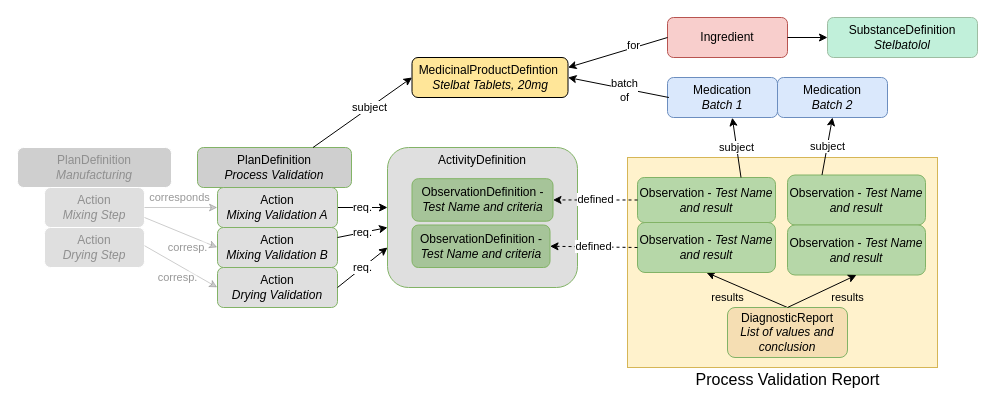
Earlier version of the draw.io diagram input/images-source/process_validation_FHIR_resources [2023-07-28 Rik].drawio (HL7/uv-dx-pq). Source tidied: cells renumbered, new cells numbered last; positions are measured from the earlier drawing's top-left corner, leaving out a move shared by most shapes. Both pictures are drawn from the tidied source at 100%, with x=0, y=0 at pixel (17, 17).
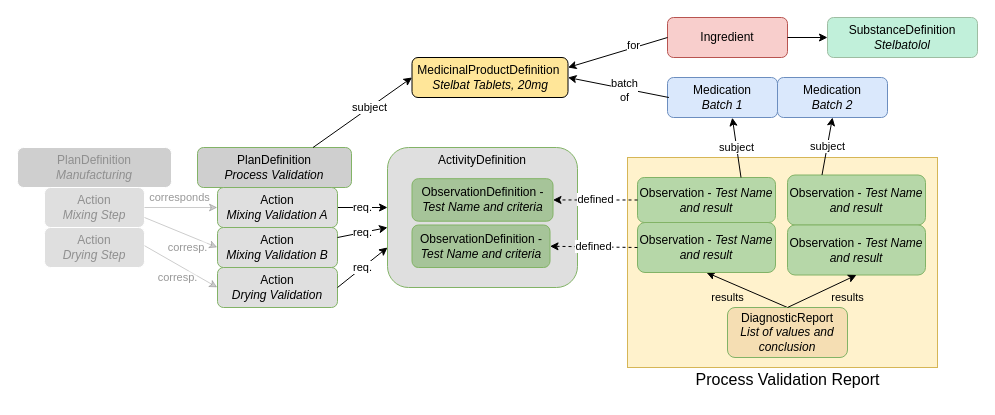
After the change.

Diff of the diagram source:
```diff
@@
-    <mxCell id="5" value="MedicinalProductDefintion&amp;nbsp;&lt;br&gt;&lt;i style=&quot;border-color: var(--border-color);&quot;&gt;Stelbat Tablets, 20mg&lt;/i&gt;" style="rounded=1;whiteSpace=wrap;html=1;fontSize=12;glass=0;strokeWidth=1;shadow=0;fillColor=#ffe699;" parent="1" vertex="1">
+    <mxCell id="5" value="MedicinalProductDefinition&amp;nbsp;&lt;br&gt;&lt;i style=&quot;border-color: var(--border-color);&quot;&gt;Stelbat Tablets, 20mg&lt;/i&gt;" style="rounded=1;whiteSpace=wrap;html=1;fontSize=12;glass=0;strokeWidth=1;shadow=0;fillColor=#ffe699;" parent="1" vertex="1">
       <mxGeometry x="394.5" y="40" width="156" height="40" as="geometry" />
     </mxCell>
```
